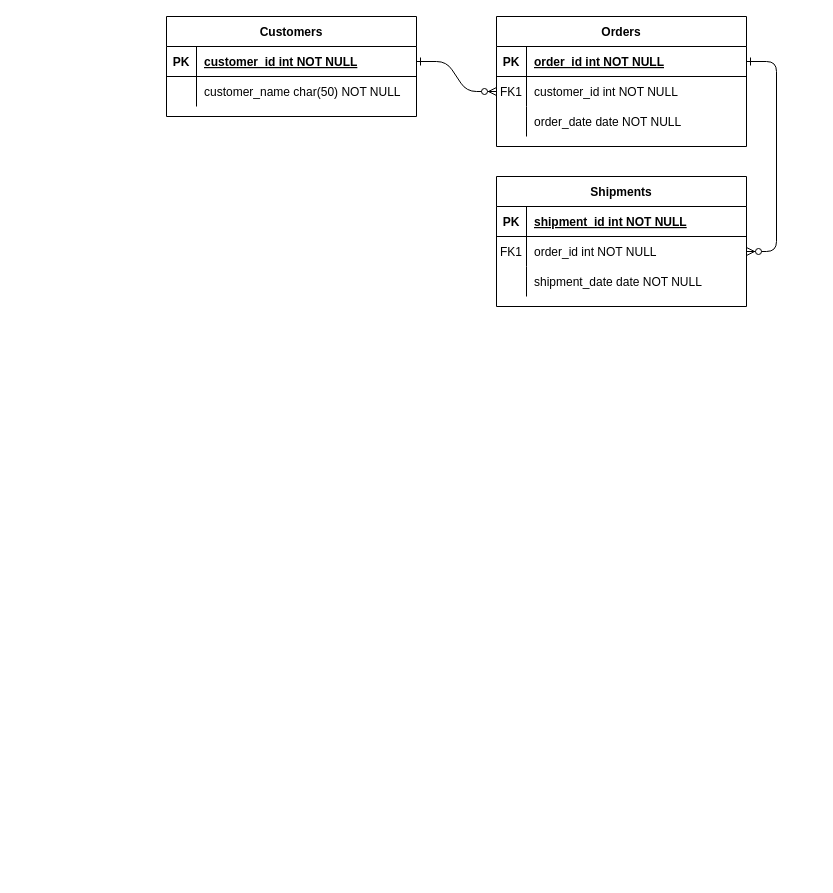
The draw.io diagram resource/HOSPITAL.drawio in cryscham123/ERdiagram, before the edit. Source tidied: cells renumbered, new cells numbered last; positions are measured from the earlier drawing's top-left corner, leaving out a move shared by most shapes. Both pictures are drawn from the tidied source at 100%, with x=0, y=0 at pixel (166, 16).
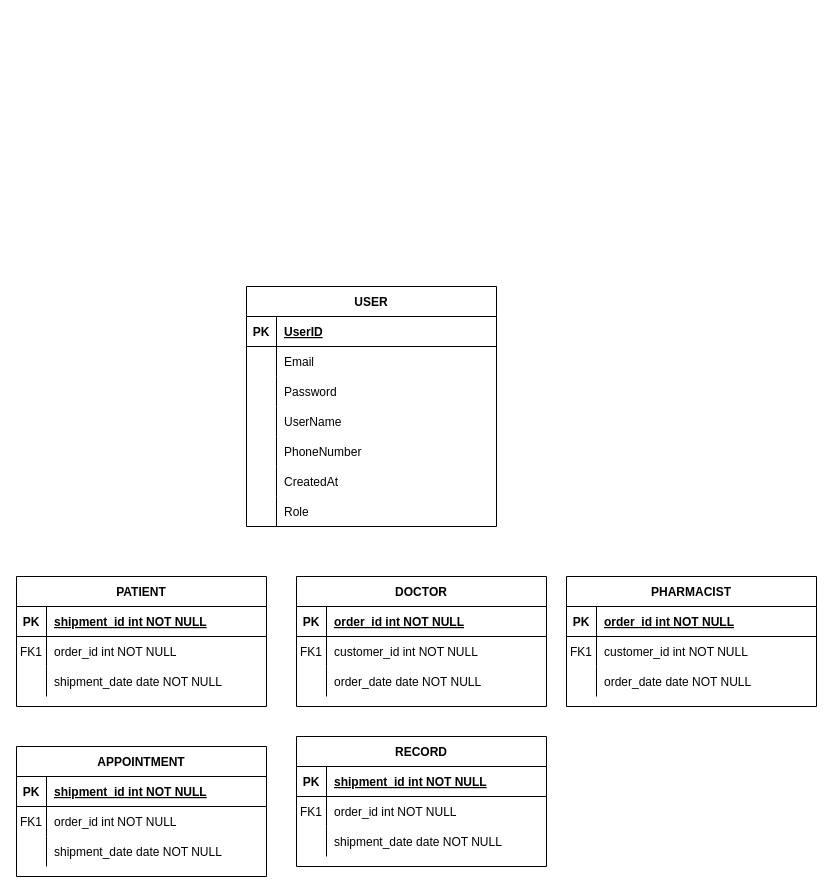
Above is the later version.

Unchanged cells that the change refers to:
```xml
<mxCell id="5" style="shape=partialRectangle;fillColor=none;points=[[0,0.5],[1,0.5]];portConstraint=eastwest;top=0;left=0;right=0;bottom=1;" parent="4" vertex="1">
  <mxGeometry y="30" width="250" height="30" as="geometry" />
</mxCell>
<mxCell id="8" style="shape=partialRectangle;fillColor=none;points=[[0,0.5],[1,0.5]];portConstraint=eastwest;top=0;left=0;right=0;bottom=0;" parent="4" vertex="1">
  <mxGeometry y="60" width="250" height="30" as="geometry" />
</mxCell>
<mxCell id="18" style="shape=partialRectangle;fillColor=none;points=[[0,0.5],[1,0.5]];portConstraint=eastwest;top=0;left=0;right=0;bottom=0;" parent="14" vertex="1">
  <mxGeometry y="60" width="250" height="30" as="geometry" />
</mxCell>
<mxCell id="25" style="shape=partialRectangle;fillColor=none;points=[[0,0.5],[1,0.5]];portConstraint=eastwest;top=0;left=0;right=0;bottom=1;" parent="24" vertex="1">
  <mxGeometry y="30" width="250" height="30" as="geometry" />
</mxCell>
<mxCell id="28" style="shape=partialRectangle;fillColor=none;top=0;left=0;right=0;bottom=0;" parent="24" vertex="1">
  <mxGeometry y="60" width="250" height="30" as="geometry" />
</mxCell>
```

The edit, as a diff of the source:
```diff
@@
-    <mxCell id="2" style="edgeStyle=entityRelationEdgeStyle;endArrow=ERzeroToMany;startArrow=ERone;endFill=1;startFill=0;" parent="1" edge="1" source="25" target="8">
-      <mxGeometry relative="1" as="geometry" />
-    </mxCell>
-    <mxCell id="3" style="edgeStyle=entityRelationEdgeStyle;endArrow=ERzeroToMany;startArrow=ERone;endFill=1;startFill=0;" parent="1" edge="1" source="5" target="18">
-      <mxGeometry relative="1" as="geometry" />
-    </mxCell>
-    <mxCell id="4" value="Orders" style="shape=table;startSize=30;childLayout=tableLayout;rowLines=0;fontStyle=1;align=center;" parent="1" vertex="1">
-      <mxGeometry x="330" width="250" height="130" as="geometry" />
+    <mxCell id="4" value="DOCTOR" style="shape=table;startSize=30;childLayout=tableLayout;rowLines=0;fontStyle=1;align=center;" parent="1" vertex="1">
+      <mxGeometry x="130" y="560" width="250" height="130" as="geometry" />
     </mxCell>
@@
-    <mxCell id="14" value="Shipments" style="shape=table;startSize=30;childLayout=tableLayout;rowLines=0;fontStyle=1;align=center;" parent="1" vertex="1">
-      <mxGeometry x="330" y="160" width="250" height="130" as="geometry" />
+    <mxCell id="14" value="PATIENT" style="shape=table;startSize=30;childLayout=tableLayout;rowLines=0;fontStyle=1;align=center;" parent="1" vertex="1">
+      <mxGeometry x="-150" y="560" width="250" height="130" as="geometry" />
     </mxCell>
@@
-    <mxCell id="24" value="Customers" style="shape=table;startSize=30;childLayout=tableLayout;rowLines=0;fontStyle=1;align=center;" parent="1" vertex="1">
-      <mxGeometry width="250" height="100" as="geometry" />
+    <mxCell id="24" value="USER" style="shape=table;startSize=30;childLayout=tableLayout;rowLines=0;fontStyle=1;align=center;" parent="1" vertex="1">
+      <mxGeometry x="80" y="270" width="250" height="240" as="geometry" />
     </mxCell>
@@
-    <mxCell id="27" value="customer_id int NOT NULL " style="shape=partialRectangle;overflow=hidden;fillColor=none;top=0;left=0;bottom=0;right=0;align=left;spacingLeft=6;fontStyle=5;" parent="25" vertex="1">
+    <mxCell id="27" value="UserID" style="shape=partialRectangle;overflow=hidden;fillColor=none;top=0;left=0;bottom=0;right=0;align=left;spacingLeft=6;fontStyle=5;" parent="25" vertex="1">
       <mxGeometry x="30" width="220" height="30" as="geometry" />
     </mxCell>
@@
-    <mxCell id="30" value="customer_name char(50) NOT NULL" style="shape=partialRectangle;overflow=hidden;fillColor=none;top=0;left=0;bottom=0;right=0;align=left;spacingLeft=6;" parent="28" vertex="1">
+    <mxCell id="30" value="Email" style="shape=partialRectangle;overflow=hidden;fillColor=none;top=0;left=0;bottom=0;right=0;align=left;spacingLeft=6;" parent="28" vertex="1">
       <mxGeometry x="30" width="220" height="30" as="geometry" />
     </mxCell>
+    <mxCell id="31" style="shape=partialRectangle;fillColor=none;top=0;left=0;right=0;bottom=0;" parent="24" vertex="1">
+      <mxGeometry y="90" width="250" height="30" as="geometry" />
+    </mxCell>
+    <mxCell id="32" style="shape=partialRectangle;overflow=hidden;fillColor=none;top=0;left=0;bottom=0;right=0;" parent="31" vertex="1">
+      <mxGeometry width="30" height="30" as="geometry" />
+    </mxCell>
+    <mxCell id="33" value="Password" style="shape=partialRectangle;overflow=hidden;fillColor=none;top=0;left=0;bottom=0;right=0;align=left;spacingLeft=6;" parent="31" vertex="1">
+      <mxGeometry x="30" width="220" height="30" as="geometry" />
+    </mxCell>
+    <mxCell id="34" style="shape=partialRectangle;fillColor=none;top=0;left=0;right=0;bottom=0;" parent="24" vertex="1">
+      <mxGeometry y="120" width="250" height="30" as="geometry" />
+    </mxCell>
+    <mxCell id="35" style="shape=partialRectangle;overflow=hidden;fillColor=none;top=0;left=0;bottom=0;right=0;" parent="34" vertex="1">
+      <mxGeometry width="30" height="30" as="geometry" />
+    </mxCell>
+    <mxCell id="36" value="UserName" style="shape=partialRectangle;overflow=hidden;fillColor=none;top=0;left=0;bottom=0;right=0;align=left;spacingLeft=6;" parent="34" vertex="1">
+      <mxGeometry x="30" width="220" height="30" as="geometry" />
+    </mxCell>
+    <mxCell id="37" style="shape=partialRectangle;fillColor=none;top=0;left=0;right=0;bottom=0;" parent="24" vertex="1">
+      <mxGeometry y="150" width="250" height="30" as="geometry" />
+    </mxCell>
+    <mxCell id="38" style="shape=partialRectangle;overflow=hidden;fillColor=none;top=0;left=0;bottom=0;right=0;" parent="37" vertex="1">
+      <mxGeometry width="30" height="30" as="geometry" />
+    </mxCell>
+    <mxCell id="39" value="PhoneNumber" style="shape=partialRectangle;overflow=hidden;fillColor=none;top=0;left=0;bottom=0;right=0;align=left;spacingLeft=6;" parent="37" vertex="1">
+      <mxGeometry x="30" width="220" height="30" as="geometry" />
+    </mxCell>
+    <mxCell id="40" style="shape=partialRectangle;fillColor=none;top=0;left=0;right=0;bottom=0;" parent="24" vertex="1">
+      <mxGeometry y="180" width="250" height="30" as="geometry" />
+    </mxCell>
+    <mxCell id="41" style="shape=partialRectangle;overflow=hidden;fillColor=none;top=0;left=0;bottom=0;right=0;" parent="40" vertex="1">
+      <mxGeometry width="30" height="30" as="geometry" />
+    </mxCell>
+    <mxCell id="42" value="CreatedAt" style="shape=partialRectangle;overflow=hidden;fillColor=none;top=0;left=0;bottom=0;right=0;align=left;spacingLeft=6;" parent="40" vertex="1">
+      <mxGeometry x="30" width="220" height="30" as="geometry" />
+    </mxCell>
+    <mxCell id="43" style="shape=partialRectangle;fillColor=none;top=0;left=0;right=0;bottom=0;" parent="24" vertex="1">
+      <mxGeometry y="210" width="250" height="30" as="geometry" />
+    </mxCell>
+    <mxCell id="44" style="shape=partialRectangle;overflow=hidden;fillColor=none;top=0;left=0;bottom=0;right=0;" parent="43" vertex="1">
+      <mxGeometry width="30" height="30" as="geometry" />
+    </mxCell>
+    <mxCell id="45" value="Role" style="shape=partialRectangle;overflow=hidden;fillColor=none;top=0;left=0;bottom=0;right=0;align=left;spacingLeft=6;" parent="43" vertex="1">
+      <mxGeometry x="30" width="220" height="30" as="geometry" />
+    </mxCell>
+    <mxCell id="46" value="PHARMACIST" style="shape=table;startSize=30;childLayout=tableLayout;rowLines=0;fontStyle=1;align=center;" parent="1" vertex="1">
+      <mxGeometry x="400" y="560" width="250" height="130" as="geometry" />
+    </mxCell>
+    <mxCell id="47" style="shape=partialRectangle;fillColor=none;top=0;left=0;right=0;bottom=1;" parent="46" vertex="1">
+      <mxGeometry y="30" width="250" height="30" as="geometry" />
+    </mxCell>
+    <mxCell id="48" value="PK" style="shape=partialRectangle;overflow=hidden;fillColor=none;top=0;left=0;bottom=0;right=0;fontStyle=1;" parent="47" vertex="1">
+      <mxGeometry width="30" height="30" as="geometry" />
+    </mxCell>
+    <mxCell id="49" value="order_id int NOT NULL " style="shape=partialRectangle;overflow=hidden;fillColor=none;top=0;left=0;bottom=0;right=0;align=left;spacingLeft=6;fontStyle=5;" parent="47" vertex="1">
+      <mxGeometry x="30" width="220" height="30" as="geometry" />
+    </mxCell>
+    <mxCell id="50" style="shape=partialRectangle;fillColor=none;top=0;left=0;right=0;bottom=0;" parent="46" vertex="1">
+      <mxGeometry y="60" width="250" height="30" as="geometry" />
+    </mxCell>
+    <mxCell id="51" value="FK1" style="shape=partialRectangle;overflow=hidden;fillColor=none;top=0;left=0;bottom=0;right=0;" parent="50" vertex="1">
+      <mxGeometry width="30" height="30" as="geometry" />
+    </mxCell>
+    <mxCell id="52" value="customer_id int NOT NULL" style="shape=partialRectangle;overflow=hidden;fillColor=none;top=0;left=0;bottom=0;right=0;align=left;spacingLeft=6;" parent="50" vertex="1">
+      <mxGeometry x="30" width="220" height="30" as="geometry" />
+    </mxCell>
+    <mxCell id="53" style="shape=partialRectangle;fillColor=none;top=0;left=0;right=0;bottom=0;" parent="46" vertex="1">
+      <mxGeometry y="90" width="250" height="30" as="geometry" />
+    </mxCell>
+    <mxCell id="54" style="shape=partialRectangle;overflow=hidden;fillColor=none;top=0;left=0;bottom=0;right=0;" parent="53" vertex="1">
+      <mxGeometry width="30" height="30" as="geometry" />
+    </mxCell>
+    <mxCell id="55" value="order_date date NOT NULL" style="shape=partialRectangle;overflow=hidden;fillColor=none;top=0;left=0;bottom=0;right=0;align=left;spacingLeft=6;" parent="53" vertex="1">
+      <mxGeometry x="30" width="220" height="30" as="geometry" />
+    </mxCell>
+    <mxCell id="56" value="APPOINTMENT" style="shape=table;startSize=30;childLayout=tableLayout;rowLines=0;fontStyle=1;align=center;" parent="1" vertex="1">
+      <mxGeometry x="-150" y="730" width="250" height="130" as="geometry" />
+    </mxCell>
+    <mxCell id="57" style="shape=partialRectangle;fillColor=none;top=0;left=0;right=0;bottom=1;" parent="56" vertex="1">
+      <mxGeometry y="30" width="250" height="30" as="geometry" />
+    </mxCell>
+    <mxCell id="58" value="PK" style="shape=partialRectangle;overflow=hidden;fillColor=none;top=0;left=0;bottom=0;right=0;fontStyle=1;" parent="57" vertex="1">
+      <mxGeometry width="30" height="30" as="geometry" />
+    </mxCell>
+    <mxCell id="59" value="shipment_id int NOT NULL " style="shape=partialRectangle;overflow=hidden;fillColor=none;top=0;left=0;bottom=0;right=0;align=left;spacingLeft=6;fontStyle=5;" parent="57" vertex="1">
+      <mxGeometry x="30" width="220" height="30" as="geometry" />
+    </mxCell>
+    <mxCell id="60" style="shape=partialRectangle;fillColor=none;top=0;left=0;right=0;bottom=0;" parent="56" vertex="1">
+      <mxGeometry y="60" width="250" height="30" as="geometry" />
+    </mxCell>
+    <mxCell id="61" value="FK1" style="shape=partialRectangle;overflow=hidden;fillColor=none;top=0;left=0;bottom=0;right=0;" parent="60" vertex="1">
+      <mxGeometry width="30" height="30" as="geometry" />
+    </mxCell>
+    <mxCell id="62" value="order_id int NOT NULL" style="shape=partialRectangle;overflow=hidden;fillColor=none;top=0;left=0;bottom=0;right=0;align=left;spacingLeft=6;" parent="60" vertex="1">
+      <mxGeometry x="30" width="220" height="30" as="geometry" />
+    </mxCell>
+    <mxCell id="63" style="shape=partialRectangle;fillColor=none;top=0;left=0;right=0;bottom=0;" parent="56" vertex="1">
+      <mxGeometry y="90" width="250" height="30" as="geometry" />
+    </mxCell>
+    <mxCell id="64" style="shape=partialRectangle;overflow=hidden;fillColor=none;top=0;left=0;bottom=0;right=0;" parent="63" vertex="1">
+      <mxGeometry width="30" height="30" as="geometry" />
+    </mxCell>
+    <mxCell id="65" value="shipment_date date NOT NULL" style="shape=partialRectangle;overflow=hidden;fillColor=none;top=0;left=0;bottom=0;right=0;align=left;spacingLeft=6;" parent="63" vertex="1">
+      <mxGeometry x="30" width="220" height="30" as="geometry" />
+    </mxCell>
+    <mxCell id="66" value="RECORD" style="shape=table;startSize=30;childLayout=tableLayout;rowLines=0;fontStyle=1;align=center;" parent="1" vertex="1">
+      <mxGeometry x="130" y="720" width="250" height="130" as="geometry" />
+    </mxCell>
+    <mxCell id="67" style="shape=partialRectangle;fillColor=none;top=0;left=0;right=0;bottom=1;" parent="66" vertex="1">
+      <mxGeometry y="30" width="250" height="30" as="geometry" />
+    </mxCell>
+    <mxCell id="68" value="PK" style="shape=partialRectangle;overflow=hidden;fillColor=none;top=0;left=0;bottom=0;right=0;fontStyle=1;" parent="67" vertex="1">
+      <mxGeometry width="30" height="30" as="geometry" />
+    </mxCell>
+    <mxCell id="69" value="shipment_id int NOT NULL " style="shape=partialRectangle;overflow=hidden;fillColor=none;top=0;left=0;bottom=0;right=0;align=left;spacingLeft=6;fontStyle=5;" parent="67" vertex="1">
+      <mxGeometry x="30" width="220" height="30" as="geometry" />
+    </mxCell>
+    <mxCell id="70" style="shape=partialRectangle;fillColor=none;top=0;left=0;right=0;bottom=0;" parent="66" vertex="1">
+      <mxGeometry y="60" width="250" height="30" as="geometry" />
+    </mxCell>
+    <mxCell id="71" value="FK1" style="shape=partialRectangle;overflow=hidden;fillColor=none;top=0;left=0;bottom=0;right=0;" parent="70" vertex="1">
+      <mxGeometry width="30" height="30" as="geometry" />
+    </mxCell>
+    <mxCell id="72" value="order_id int NOT NULL" style="shape=partialRectangle;overflow=hidden;fillColor=none;top=0;left=0;bottom=0;right=0;align=left;spacingLeft=6;" parent="70" vertex="1">
+      <mxGeometry x="30" width="220" height="30" as="geometry" />
+    </mxCell>
+    <mxCell id="73" style="shape=partialRectangle;fillColor=none;top=0;left=0;right=0;bottom=0;" parent="66" vertex="1">
+      <mxGeometry y="90" width="250" height="30" as="geometry" />
+    </mxCell>
+    <mxCell id="74" style="shape=partialRectangle;overflow=hidden;fillColor=none;top=0;left=0;bottom=0;right=0;" parent="73" vertex="1">
+      <mxGeometry width="30" height="30" as="geometry" />
+    </mxCell>
+    <mxCell id="75" value="shipment_date date NOT NULL" style="shape=partialRectangle;overflow=hidden;fillColor=none;top=0;left=0;bottom=0;right=0;align=left;spacingLeft=6;" parent="73" vertex="1">
+      <mxGeometry x="30" width="220" height="30" as="geometry" />
+    </mxCell>
```
